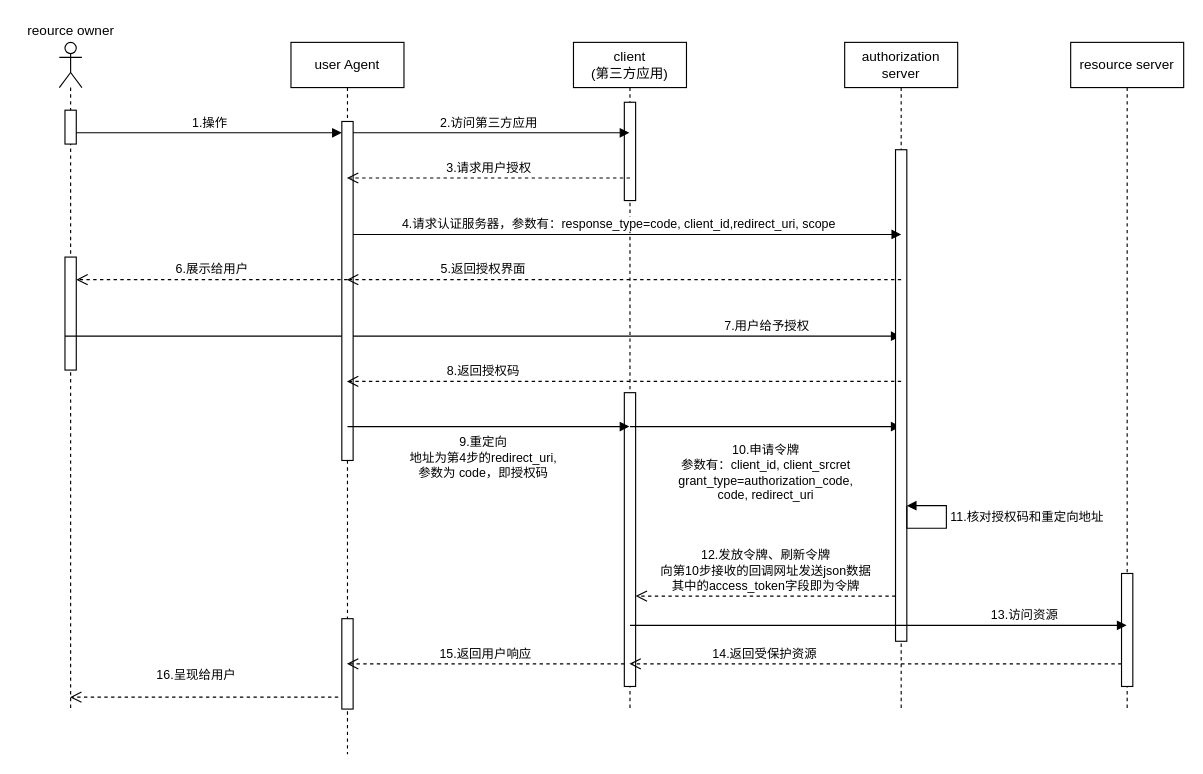
Earlier version of the draw.io diagram 时序图.drawio (wordlu/note-update). Source tidied: cells renumbered, new cells numbered last; positions are measured from the earlier drawing's top-left corner, leaving out a move shared by most shapes. Both pictures are drawn from the tidied source at 113%, with x=0, y=0 at pixel (19, 19).
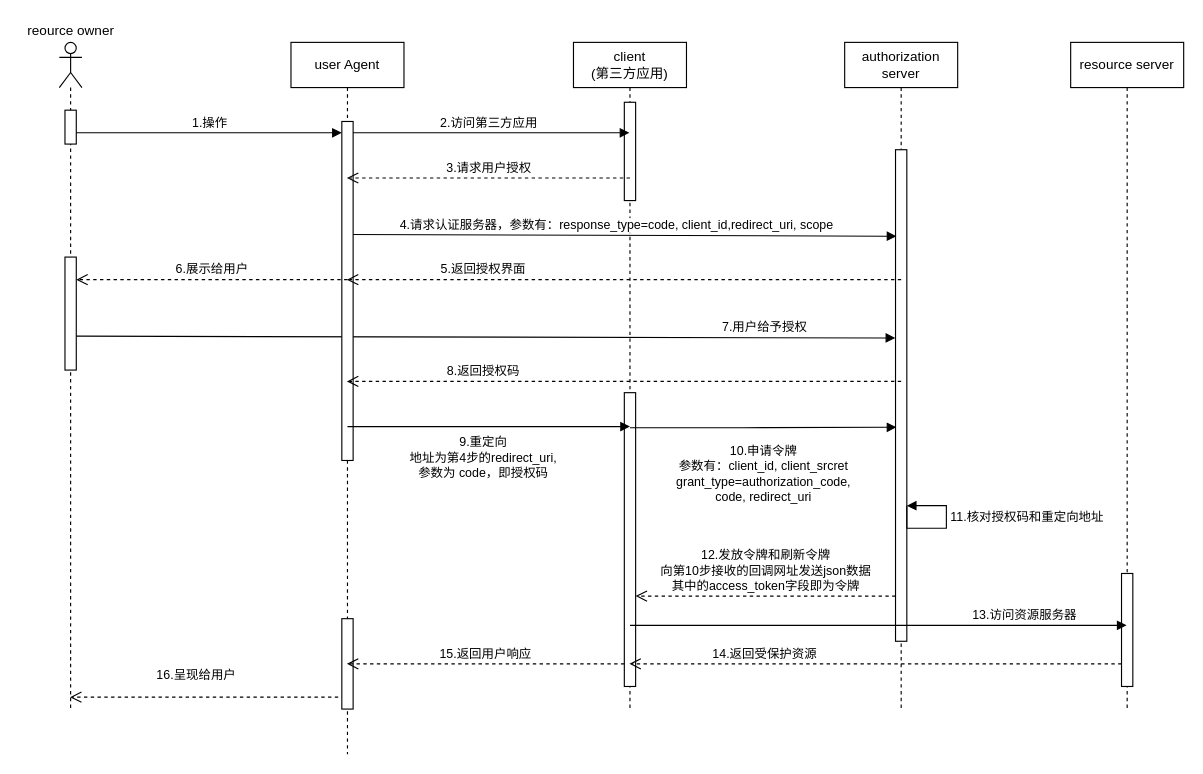
Above is the later version.

Unchanged cells that the change refers to:
```xml
<mxCell id="2" value="client&lt;br&gt;(第三方应用)" style="shape=umlLifeline;perimeter=lifelinePerimeter;whiteSpace=wrap;html=1;outlineConnect=0;" parent="1" vertex="1">
  <mxGeometry x="490" y="20" width="100" height="590" as="geometry" />
</mxCell>
<mxCell id="4" style="html=1;points=[];perimeter=orthogonalPerimeter;" parent="2" vertex="1">
  <mxGeometry x="45" y="310" width="10" height="260" as="geometry" />
</mxCell>
<mxCell id="6" style="shape=umlLifeline;participant=umlActor;perimeter=lifelinePerimeter;whiteSpace=wrap;html=1;verticalAlign=top;spacingTop=36;outlineConnect=0;" parent="1" vertex="1">
  <mxGeometry x="35" y="20" width="20" height="590" as="geometry" />
</mxCell>
<mxCell id="12" value="authorization server" style="shape=umlLifeline;perimeter=lifelinePerimeter;whiteSpace=wrap;html=1;outlineConnect=0;" parent="1" vertex="1">
  <mxGeometry x="730" y="20" width="100" height="590" as="geometry" />
</mxCell>
<mxCell id="13" style="html=1;points=[];perimeter=orthogonalPerimeter;" parent="12" vertex="1">
  <mxGeometry x="45" y="95" width="10" height="435" as="geometry" />
</mxCell>
<mxCell id="15" value="resource server" style="shape=umlLifeline;perimeter=lifelinePerimeter;whiteSpace=wrap;html=1;outlineConnect=0;" parent="1" vertex="1">
  <mxGeometry x="930" y="20" width="100" height="590" as="geometry" />
</mxCell>
<mxCell id="17" value="user Agent" style="shape=umlLifeline;perimeter=lifelinePerimeter;whiteSpace=wrap;html=1;outlineConnect=0;" parent="1" vertex="1">
  <mxGeometry x="240" y="20" width="100" height="630" as="geometry" />
</mxCell>
```

What changed in the source:
```diff
@@
-    <mxCell id="5" value="10.申请令牌&lt;br&gt;参数有：client_id, client_srcret&lt;br&gt;grant_type=authorization_code,&lt;br&gt;code, redirect_uri" style="html=1;verticalAlign=bottom;endArrow=block;" parent="2" edge="1" target="12">
+    <mxCell id="5" value="10.申请令牌&lt;br&gt;参数有：client_id, client_srcret&lt;br&gt;grant_type=authorization_code,&lt;br&gt;code, redirect_uri" style="html=1;verticalAlign=bottom;endArrow=block;entryX=0.08;entryY=0.56;entryDx=0;entryDy=0;entryPerimeter=0;" parent="2" edge="1">
       <mxGeometry y="-70" relative="1" as="geometry">
-        <mxPoint x="50" y="340" as="sourcePoint" />
+        <mxPoint x="50" y="341" as="sourcePoint" />
+        <mxPoint x="285.8" y="340.6" as="targetPoint" />
+        <Array as="points">
+          <mxPoint x="160" y="341" />
+        </Array>
       </mxGeometry>
     </mxCell>
@@
-    <mxCell id="10" value="7.用户给予授权" style="html=1;verticalAlign=bottom;endArrow=block;" parent="6" edge="1" target="12">
+    <mxCell id="10" value="7.用户给予授权" style="html=1;verticalAlign=bottom;endArrow=block;entryX=-0.02;entryY=0.383;entryDx=0;entryDy=0;entryPerimeter=0;" parent="6" edge="1" target="13">
       <mxGeometry x="0.68" relative="1" as="geometry">
-        <mxPoint x="5" y="260" as="sourcePoint" />
+        <mxPoint x="15" y="260" as="sourcePoint" />
       </mxGeometry>
     </mxCell>
@@
-    <mxCell id="19" value="4.请求认证服务器，参数有：response_type=code, client_id,redirect_uri, scope" style="html=1;verticalAlign=bottom;endArrow=block;entryX=0.5;entryY=0.524;entryDx=0;entryDy=0;entryPerimeter=0;" parent="17" edge="1">
+    <mxCell id="19" value="4.请求认证服务器，参数有：response_type=code, client_id,redirect_uri, scope" style="html=1;verticalAlign=bottom;endArrow=block;entryX=0.08;entryY=0.176;entryDx=0;entryDy=0;entryPerimeter=0;" parent="17" edge="1" target="13">
       <mxGeometry x="-0.02" relative="1" as="geometry">
         <mxPoint x="50" y="170" as="sourcePoint" />
-        <mxPoint x="540" y="170" as="targetPoint" />
       </mxGeometry>
     </mxCell>
@@
-    <mxCell id="21" value="9.重定向&lt;br&gt;地址为第4步的redirect_uri,&lt;br&gt;参数为 code，即授权码" style="html=1;verticalAlign=bottom;endArrow=block;" parent="17" edge="1" target="2">
+    <mxCell id="21" value="9.重定向&lt;br&gt;地址为第4步的redirect_uri,&lt;br&gt;参数为 code，即授权码" style="html=1;verticalAlign=bottom;endArrow=block;" parent="17" edge="1">
       <mxGeometry x="-0.04" y="-50" relative="1" as="geometry">
         <mxPoint x="50" y="340" as="sourcePoint" />
+        <mxPoint x="300" y="340" as="targetPoint" />
       </mxGeometry>
     </mxCell>
@@
-    <mxCell id="27" value="12.发放令牌、刷新令牌&lt;br&gt;向第10步接收的回调网址发送json数据&lt;br&gt;其中的access_token字段即为令牌" style="html=1;verticalAlign=bottom;endArrow=open;dashed=1;endSize=8;" parent="1" edge="1" source="13" target="4">
+    <mxCell id="27" value="12.发放令牌和刷新令牌&lt;br&gt;向第10步接收的回调网址发送json数据&lt;br&gt;其中的access_token字段即为令牌" style="html=1;verticalAlign=bottom;endArrow=open;dashed=1;endSize=8;" parent="1" edge="1" source="13" target="4">
       <mxGeometry relative="1" as="geometry">
         <Array as="points">
           <mxPoint x="740" y="510" />
         </Array>
       </mxGeometry>
     </mxCell>
@@
-    <mxCell id="31" value="13.访问资源" style="html=1;verticalAlign=bottom;endArrow=block;exitX=0.5;exitY=0.792;exitDx=0;exitDy=0;exitPerimeter=0;" parent="1" edge="1" source="4" target="15">
+    <mxCell id="31" value="13.访问资源服务器" style="html=1;verticalAlign=bottom;endArrow=block;exitX=0.5;exitY=0.792;exitDx=0;exitDy=0;exitPerimeter=0;" parent="1" edge="1" source="4" target="15">
       <mxGeometry x="0.59" relative="1" as="geometry" />
     </mxCell>
```
